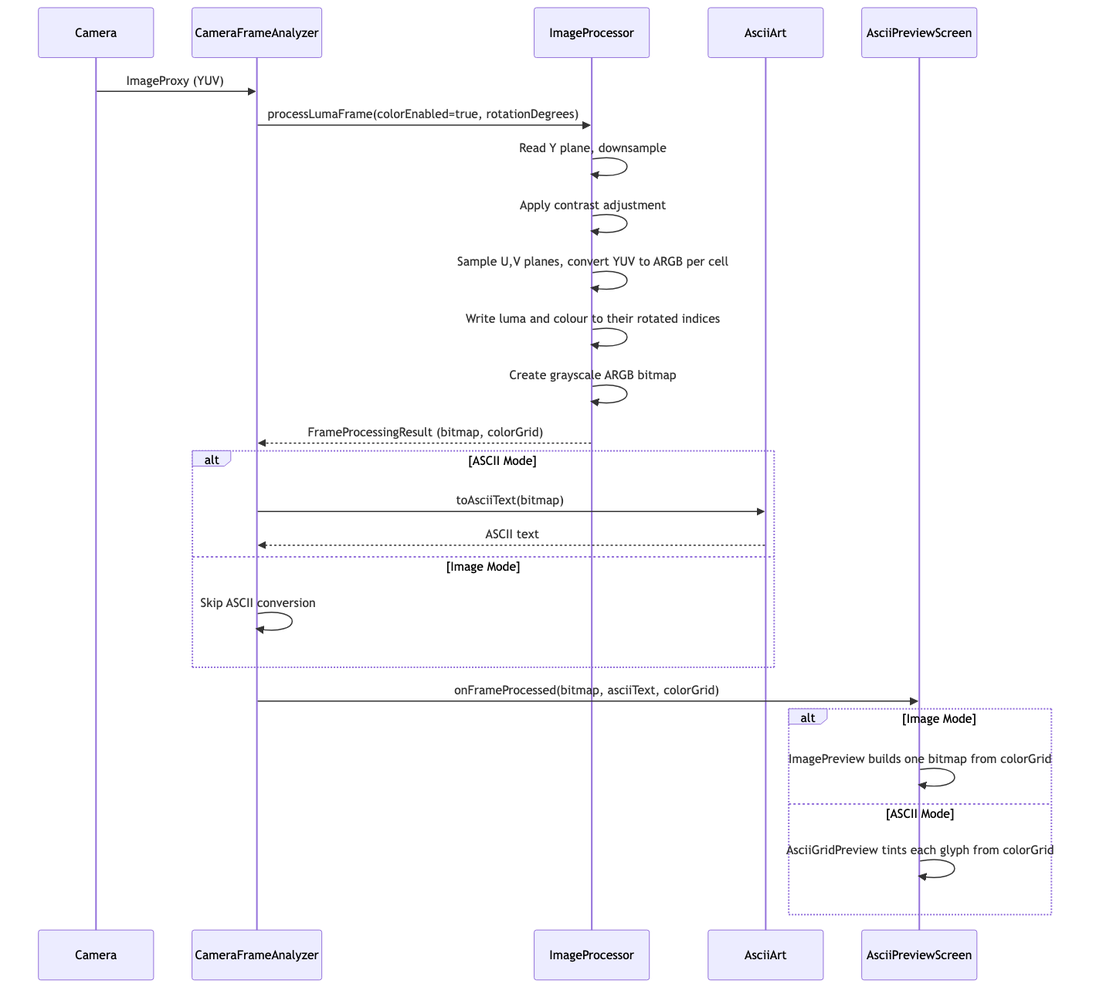
Above: docs/sequence-colour.png in replicant1/AsciiArt (Mermaid), before the change. Its source is kept beside it as docs/sequence-colour.mmd.
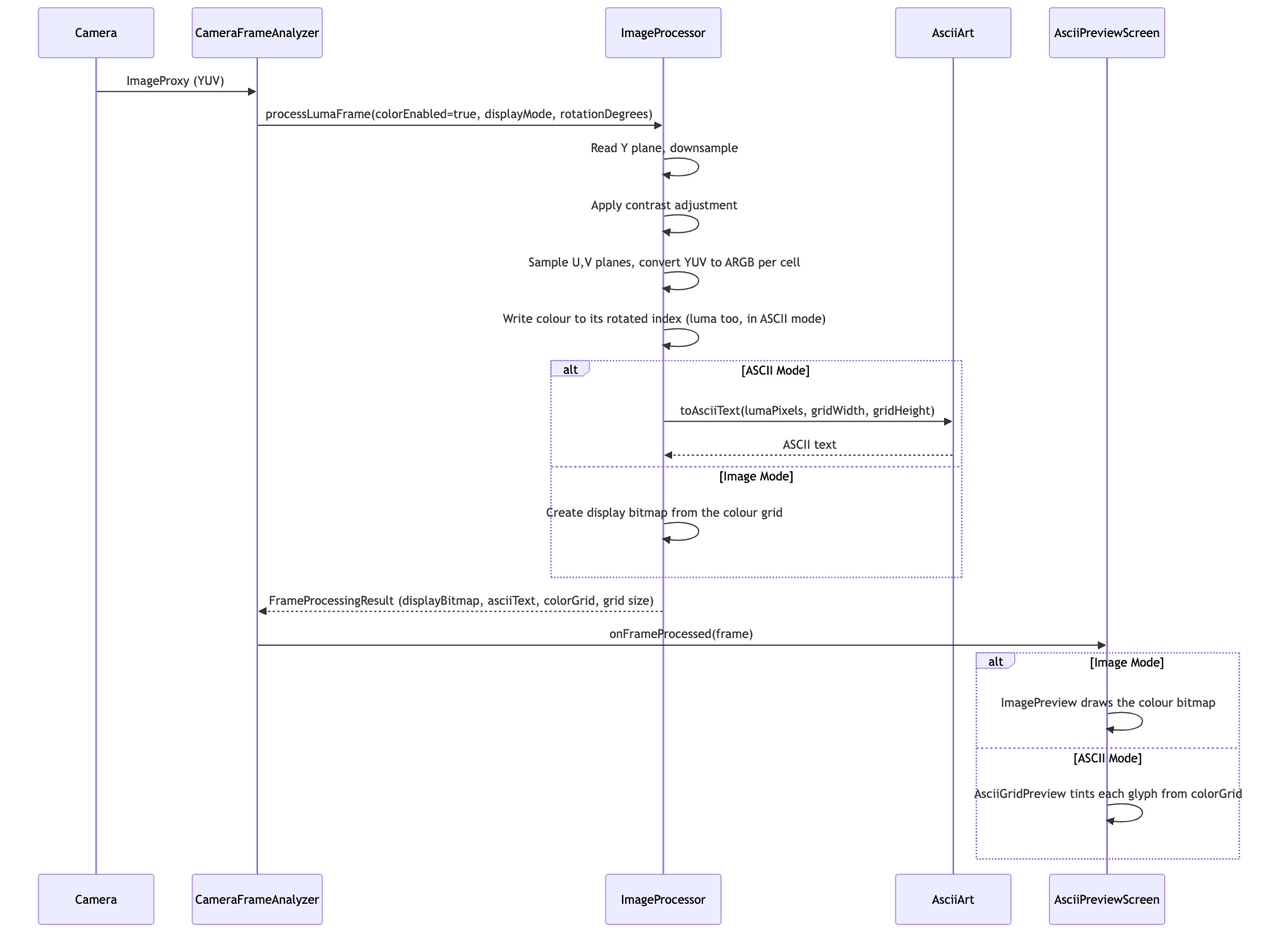
The same file after the commit.

What changed in the source:
```diff
@@ -6,22 +6,21 @@
     participant UI as AsciiPreviewScreen
 
     Camera->>CFA: ImageProxy (YUV)
-    CFA->>IP: processLumaFrame(colorEnabled=true, rotationDegrees)
+    CFA->>IP: processLumaFrame(colorEnabled=true, displayMode, rotationDegrees)
     IP->>IP: Read Y plane, downsample
     IP->>IP: Apply contrast adjustment
     IP->>IP: Sample U,V planes, convert YUV to ARGB per cell
-    IP->>IP: Write luma and colour to their rotated indices
-    IP->>IP: Create grayscale ARGB bitmap
-    IP-->>CFA: FrameProcessingResult (bitmap, colorGrid)
+    IP->>IP: Write colour to its rotated index (luma too, in ASCII mode)
     alt ASCII Mode
-        CFA->>AA: toAsciiText(bitmap)
-        AA-->>CFA: ASCII text
+        IP->>AA: toAsciiText(lumaPixels, gridWidth, gridHeight)
+        AA-->>IP: ASCII text
     else Image Mode
-        CFA->>CFA: Skip ASCII conversion
+        IP->>IP: Create display bitmap from the colour grid
     end
-    CFA->>UI: onFrameProcessed(bitmap, asciiText, colorGrid)
+    IP-->>CFA: FrameProcessingResult (displayBitmap, asciiText, colorGrid, grid size)
+    CFA->>UI: onFrameProcessed(frame)
     alt Image Mode
-        UI->>UI: ImagePreview builds one bitmap from colorGrid
+        UI->>UI: ImagePreview draws the colour bitmap
     else ASCII Mode
         UI->>UI: AsciiGridPreview tints each glyph from colorGrid
     end
```
